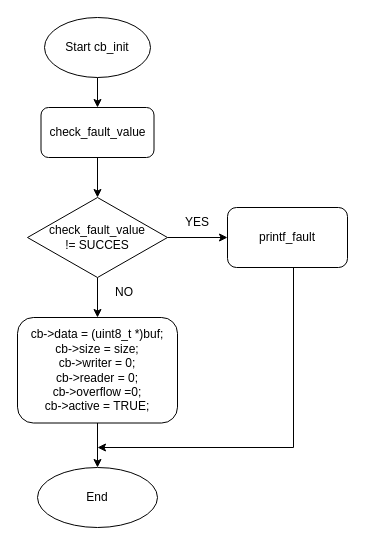
The draw.io diagram Biểu đồ không có tiêu đề.drawio in NhatKha17/baitap, before the edit. Source tidied: cells renumbered, new cells numbered last; positions are measured from the earlier drawing's top-left corner, leaving out a move shared by most shapes. Both pictures are drawn from the tidied source at 100%, with x=0, y=0 at pixel (17, 17).
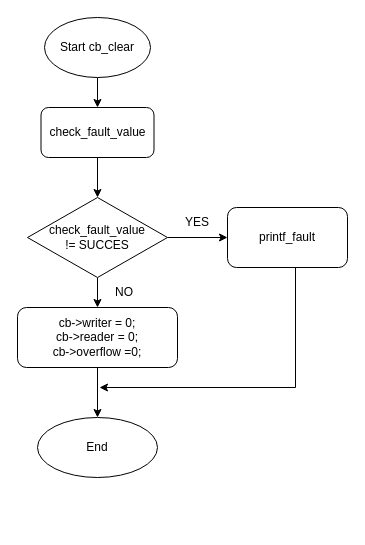
The same diagram, later.

Diff of the diagram source:
```diff
@@
 <mxGraphModel>
   <root>
     <mxCell id="0" />
     <mxCell id="1" parent="0" />
     <mxCell id="2" style="edgeStyle=orthogonalEdgeStyle;rounded=0;jettySize=auto;html=1;entryX=0.5;entryY=0;entryDx=0;entryDy=0;" parent="1" edge="1" source="3" target="5">
       <mxGeometry relative="1" as="geometry" />
     </mxCell>
-    <mxCell id="3" value="Start cb_init" style="ellipse;whiteSpace=wrap;html=1;" parent="1" vertex="1">
+    <mxCell id="3" value="Start cb_clear" style="ellipse;whiteSpace=wrap;html=1;" parent="1" vertex="1">
       <mxGeometry x="27" width="106" height="60" as="geometry" />
     </mxCell>
     <mxCell id="4" style="edgeStyle=orthogonalEdgeStyle;rounded=0;jettySize=auto;html=1;entryX=0.5;entryY=0;entryDx=0;entryDy=0;" parent="1" edge="1" source="5" target="8">
       <mxGeometry relative="1" as="geometry" />
     </mxCell>
     <mxCell id="5" value="check_fault_value" style="rounded=1;whiteSpace=wrap;html=1;" parent="1" vertex="1">
       <mxGeometry x="23.5" y="90" width="113" height="50" as="geometry" />
     </mxCell>
     <mxCell id="6" style="edgeStyle=orthogonalEdgeStyle;rounded=0;jettySize=auto;html=1;" parent="1" edge="1" source="8" target="10">
       <mxGeometry relative="1" as="geometry" />
     </mxCell>
     <mxCell id="7" style="edgeStyle=orthogonalEdgeStyle;rounded=0;jettySize=auto;html=1;entryX=0.5;entryY=0;entryDx=0;entryDy=0;" parent="1" edge="1" source="8" target="12">
       <mxGeometry relative="1" as="geometry" />
     </mxCell>
     <mxCell id="8" value="check_fault_value&lt;br&gt;!= SUCCES" style="rhombus;whiteSpace=wrap;html=1;" parent="1" vertex="1">
       <mxGeometry x="10" y="180" width="140" height="80" as="geometry" />
     </mxCell>
     <mxCell id="9" style="edgeStyle=orthogonalEdgeStyle;rounded=0;orthogonalLoop=1;jettySize=auto;html=1;" parent="1" edge="1">
       <mxGeometry relative="1" as="geometry">
-        <mxPoint x="274.5" y="250" as="sourcePoint" />
-        <mxPoint x="80" y="430" as="targetPoint" />
+        <mxPoint x="276.5" y="190" as="sourcePoint" />
+        <mxPoint x="82" y="370" as="targetPoint" />
         <Array as="points">
-          <mxPoint x="276" y="250" />
-          <mxPoint x="276" y="430" />
+          <mxPoint x="278" y="190" />
+          <mxPoint x="278" y="370" />
         </Array>
       </mxGeometry>
     </mxCell>
     <mxCell id="10" value="printf_fault" style="rounded=1;whiteSpace=wrap;html=1;" parent="1" vertex="1">
       <mxGeometry x="210" y="190" width="120" height="60" as="geometry" />
     </mxCell>
     <mxCell id="11" style="edgeStyle=orthogonalEdgeStyle;rounded=0;jettySize=auto;html=1;entryX=0.5;entryY=0;entryDx=0;entryDy=0;" parent="1" edge="1" source="12" target="15">
       <mxGeometry relative="1" as="geometry" />
     </mxCell>
-    <mxCell id="12" value="cb-&amp;gt;data = (uint8_t *)buf;&lt;br&gt;cb-&amp;gt;size = size;&lt;br&gt;cb-&amp;gt;writer = 0;&lt;br&gt;cb-&amp;gt;reader = 0;&lt;br&gt;cb-&amp;gt;overflow =0;&lt;br&gt;cb-&amp;gt;active = TRUE;" style="rounded=1;whiteSpace=wrap;html=1;" parent="1" vertex="1">
-      <mxGeometry y="300" width="160" height="105.5" as="geometry" />
+    <mxCell id="12" value="cb-&amp;gt;writer = 0;&lt;br&gt;cb-&amp;gt;reader = 0;&lt;br&gt;cb-&amp;gt;overflow =0;" style="rounded=1;whiteSpace=wrap;html=1;" parent="1" vertex="1">
+      <mxGeometry y="290" width="160" height="60" as="geometry" />
     </mxCell>
     <mxCell id="13" value="YES" style="text;html=1;strokeColor=none;fillColor=none;align=center;verticalAlign=middle;whiteSpace=wrap;rounded=0;" parent="1" vertex="1">
       <mxGeometry x="150" y="190" width="60" height="30" as="geometry" />
     </mxCell>
     <mxCell id="14" value="NO" style="text;html=1;strokeColor=none;fillColor=none;align=center;verticalAlign=middle;whiteSpace=wrap;rounded=0;" parent="1" vertex="1">
       <mxGeometry x="76.5" y="260" width="60" height="30" as="geometry" />
     </mxCell>
     <mxCell id="15" value="End" style="ellipse;whiteSpace=wrap;html=1;" parent="1" vertex="1">
-      <mxGeometry x="20" y="450" width="120" height="60" as="geometry" />
+      <mxGeometry x="20" y="400" width="120" height="60" as="geometry" />
     </mxCell>
   </root>
 </mxGraphModel>
```
